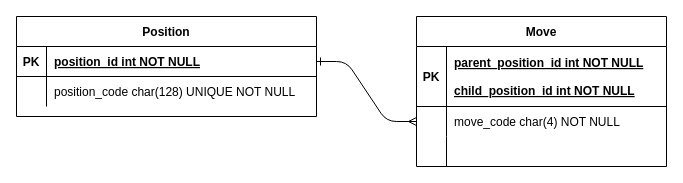
skoda-octavia/chessEngine keeps this draw.io diagram as documentation/database.drawio. Above is the earlier version. Source tidied: cells renumbered, new cells numbered last; positions are measured from the earlier drawing's top-left corner, leaving out a move shared by most shapes. Both pictures are drawn from the tidied source at 100%, with x=0, y=0 at pixel (16, 16).
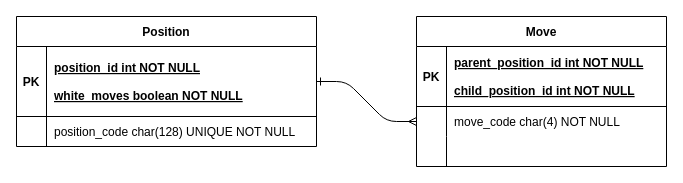
The same page after the edit.

Diff of the diagram source:
```diff
@@
 <mxGraphModel>
   <root>
     <mxCell id="0" />
     <mxCell id="1" parent="0" />
     <mxCell id="2" style="edgeStyle=entityRelationEdgeStyle;endArrow=ERmany;startArrow=ERone;endFill=1;startFill=0;fontSize=12;html=1;" parent="1" edge="1" source="14" target="7">
       <mxGeometry relative="1" as="geometry" />
     </mxCell>
     <mxCell id="3" value="Move" style="shape=table;startSize=30;childLayout=tableLayout;rowLines=0;fontStyle=1;align=center;" parent="1" vertex="1">
       <mxGeometry x="400" width="250" height="150" as="geometry" />
     </mxCell>
     <mxCell id="4" style="shape=partialRectangle;fillColor=none;top=0;left=0;right=0;bottom=1;" parent="3" vertex="1">
       <mxGeometry y="30" width="250" height="60" as="geometry" />
     </mxCell>
     <mxCell id="5" value="PK" style="shape=partialRectangle;overflow=hidden;fillColor=none;top=0;left=0;bottom=0;right=0;fontStyle=1;" parent="4" vertex="1">
       <mxGeometry width="30" height="60" as="geometry" />
     </mxCell>
     <mxCell id="6" value="parent_position_id int NOT NULL&#10;&#10;child_position_id int NOT NULL" style="shape=partialRectangle;overflow=hidden;fillColor=none;top=0;left=0;bottom=0;right=0;align=left;spacingLeft=6;fontStyle=5;" parent="4" vertex="1">
       <mxGeometry x="30" width="220" height="60" as="geometry" />
     </mxCell>
     <mxCell id="7" style="shape=partialRectangle;fillColor=none;points=[[0,0.5],[1,0.5]];portConstraint=eastwest;top=0;left=0;right=0;bottom=0;" parent="3" vertex="1">
       <mxGeometry y="90" width="250" height="30" as="geometry" />
     </mxCell>
     <mxCell id="8" style="shape=partialRectangle;overflow=hidden;fillColor=none;top=0;left=0;bottom=0;right=0;" parent="7" vertex="1">
       <mxGeometry width="30" height="30" as="geometry" />
     </mxCell>
     <mxCell id="9" value="move_code char(4) NOT NULL" style="shape=partialRectangle;overflow=hidden;fillColor=none;top=0;left=0;bottom=0;right=0;align=left;spacingLeft=6;" parent="7" vertex="1">
       <mxGeometry x="30" width="220" height="30" as="geometry" />
     </mxCell>
     <mxCell id="10" style="shape=partialRectangle;fillColor=none;top=0;left=0;right=0;bottom=0;" parent="3" vertex="1">
       <mxGeometry y="120" width="250" height="30" as="geometry" />
     </mxCell>
     <mxCell id="11" style="shape=partialRectangle;overflow=hidden;fillColor=none;top=0;left=0;bottom=0;right=0;" parent="10" vertex="1">
       <mxGeometry width="30" height="30" as="geometry" />
     </mxCell>
     <mxCell id="12" style="shape=partialRectangle;overflow=hidden;fillColor=none;top=0;left=0;bottom=0;right=0;align=left;spacingLeft=6;" parent="10" vertex="1">
       <mxGeometry x="30" width="220" height="30" as="geometry" />
     </mxCell>
     <mxCell id="13" value="Position" style="shape=table;startSize=30;childLayout=tableLayout;rowLines=0;fontStyle=1;align=center;" parent="1" vertex="1">
-      <mxGeometry width="300" height="100" as="geometry" />
+      <mxGeometry width="300" height="130" as="geometry" />
     </mxCell>
     <mxCell id="14" style="shape=partialRectangle;fillColor=none;points=[[0,0.5],[1,0.5]];portConstraint=eastwest;top=0;left=0;right=0;bottom=1;" parent="13" vertex="1">
-      <mxGeometry y="30" width="300" height="30" as="geometry" />
+      <mxGeometry y="30" width="300" height="70" as="geometry" />
     </mxCell>
     <mxCell id="15" value="PK" style="shape=partialRectangle;overflow=hidden;fillColor=none;top=0;left=0;bottom=0;right=0;fontStyle=1;" parent="14" vertex="1">
-      <mxGeometry width="30" height="30" as="geometry" />
+      <mxGeometry width="30" height="70" as="geometry" />
     </mxCell>
-    <mxCell id="16" value="position_id int NOT NULL" style="shape=partialRectangle;overflow=hidden;fillColor=none;top=0;left=0;bottom=0;right=0;align=left;spacingLeft=6;fontStyle=5;" parent="14" vertex="1">
-      <mxGeometry x="30" width="270" height="30" as="geometry" />
+    <mxCell id="16" value="position_id int NOT NULL&#10;&#10;white_moves boolean NOT NULL" style="shape=partialRectangle;overflow=hidden;fillColor=none;top=0;left=0;bottom=0;right=0;align=left;spacingLeft=6;fontStyle=5;" parent="14" vertex="1">
+      <mxGeometry x="30" width="270" height="70" as="geometry" />
     </mxCell>
     <mxCell id="17" style="shape=partialRectangle;fillColor=none;top=0;left=0;right=0;bottom=0;" parent="13" vertex="1">
-      <mxGeometry y="60" width="300" height="30" as="geometry" />
+      <mxGeometry y="100" width="300" height="30" as="geometry" />
     </mxCell>
     <mxCell id="18" style="shape=partialRectangle;overflow=hidden;fillColor=none;top=0;left=0;bottom=0;right=0;" parent="17" vertex="1">
       <mxGeometry width="30" height="30" as="geometry" />
     </mxCell>
     <mxCell id="19" value="position_code char(128) UNIQUE NOT NULL" style="shape=partialRectangle;overflow=hidden;fillColor=none;top=0;left=0;bottom=0;right=0;align=left;spacingLeft=6;" parent="17" vertex="1">
       <mxGeometry x="30" width="270" height="30" as="geometry" />
     </mxCell>
   </root>
 </mxGraphModel>
```
